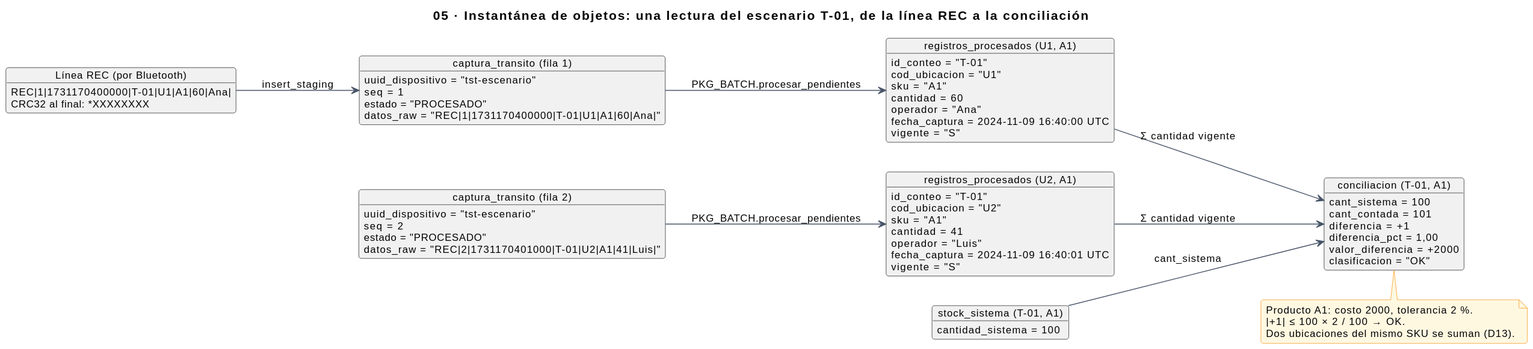
Before: docs/img/uml/05-objetos-instantanea.svg, a diagram exported from PlantUML (sebas-archive/kardex-bt). The source it was exported from:
```plantuml
@startuml
!include estilo.iuml
title 05 · Instantánea de objetos: una lectura del escenario T-01, de la línea REC a la conciliación
left to right direction

object "Línea REC (por Bluetooth)" as linea {
  REC|1|1731170400000|T-01|U1|A1|60|Ana|
  CRC32 al final: *XXXXXXXX
}
object "captura_transito (fila 1)" as t1 {
  uuid_dispositivo = "tst-escenario"
  seq = 1
  estado = "PROCESADO"
  datos_raw = "REC|1|1731170400000|T-01|U1|A1|60|Ana|"
}
object "captura_transito (fila 2)" as t2 {
  uuid_dispositivo = "tst-escenario"
  seq = 2
  estado = "PROCESADO"
  datos_raw = "REC|2|1731170401000|T-01|U2|A1|41|Luis|"
}
object "registros_procesados (U1, A1)" as r1 {
  id_conteo = "T-01"
  cod_ubicacion = "U1"
  sku = "A1"
  cantidad = 60
  operador = "Ana"
  fecha_captura = 2024-11-09 16:40:00 UTC
  vigente = "S"
}
object "registros_procesados (U2, A1)" as r2 {
  id_conteo = "T-01"
  cod_ubicacion = "U2"
  sku = "A1"
  cantidad = 41
  operador = "Luis"
  fecha_captura = 2024-11-09 16:40:01 UTC
  vigente = "S"
}
object "stock_sistema (T-01, A1)" as st {
  cantidad_sistema = 100
}
object "conciliacion (T-01, A1)" as c {
  cant_sistema = 100
  cant_contada = 101
  diferencia = +1
  diferencia_pct = 1,00
  valor_diferencia = +2000
  clasificacion = "OK"
}
note bottom of c
  Producto A1: costo 2000, tolerancia 2 %.
  |+1| ≤ 100 × 2 / 100 → OK.
  Dos ubicaciones del mismo SKU se suman (D13).
end note

linea --> t1 : insert_staging
t1 --> r1 : PKG_BATCH.procesar_pendientes
t2 --> r2 : PKG_BATCH.procesar_pendientes
r1 --> c : Σ cantidad vigente
r2 --> c : Σ cantidad vigente
st --> c : cant_sistema
@enduml
```
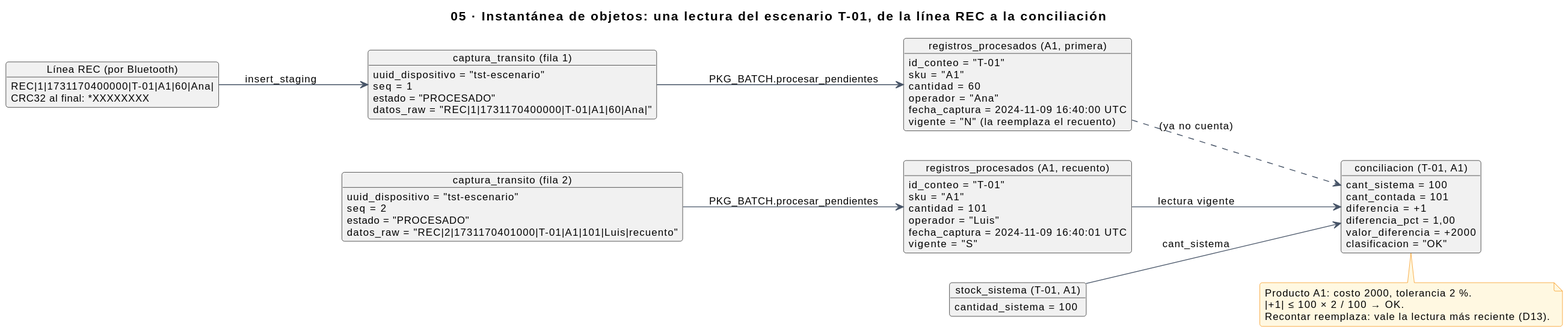
The same file after the commit.

What changed in the source:
```diff
@@ -4,35 +4,33 @@
 left to right direction
 
 object "Línea REC (por Bluetooth)" as linea {
-  REC|1|1731170400000|T-01|U1|A1|60|Ana|
+  REC|1|1731170400000|T-01|A1|60|Ana|
   CRC32 al final: *XXXXXXXX
 }
 object "captura_transito (fila 1)" as t1 {
   uuid_dispositivo = "tst-escenario"
   seq = 1
   estado = "PROCESADO"
-  datos_raw = "REC|1|1731170400000|T-01|U1|A1|60|Ana|"
+  datos_raw = "REC|1|1731170400000|T-01|A1|60|Ana|"
 }
 object "captura_transito (fila 2)" as t2 {
   uuid_dispositivo = "tst-escenario"
   seq = 2
   estado = "PROCESADO"
-  datos_raw = "REC|2|1731170401000|T-01|U2|A1|41|Luis|"
+  datos_raw = "REC|2|1731170401000|T-01|A1|101|Luis|recuento"
 }
-object "registros_procesados (U1, A1)" as r1 {
+object "registros_procesados (A1, primera)" as r1 {
   id_conteo = "T-01"
-  cod_ubicacion = "U1"
   sku = "A1"
   cantidad = 60
   operador = "Ana"
   fecha_captura = 2024-11-09 16:40:00 UTC
-  vigente = "S"
+  vigente = "N" (la reemplaza el recuento)
 }
-object "registros_procesados (U2, A1)" as r2 {
+object "registros_procesados (A1, recuento)" as r2 {
   id_conteo = "T-01"
-  cod_ubicacion = "U2"
   sku = "A1"
-  cantidad = 41
+  cantidad = 101
   operador = "Luis"
   fecha_captura = 2024-11-09 16:40:01 UTC
   vigente = "S"
@@ -51,13 +49,13 @@
 note bottom of c
   Producto A1: costo 2000, tolerancia 2 %.
   |+1| ≤ 100 × 2 / 100 → OK.
-  Dos ubicaciones del mismo SKU se suman (D13).
+  Recontar reemplaza: vale la lectura más reciente (D13).
 end note
 
 linea --> t1 : insert_staging
 t1 --> r1 : PKG_BATCH.procesar_pendientes
 t2 --> r2 : PKG_BATCH.procesar_pendientes
-r1 --> c : Σ cantidad vigente
-r2 --> c : Σ cantidad vigente
+r1 ..> c : (ya no cuenta)
+r2 --> c : lectura vigente
 st --> c : cant_sistema
 @enduml
```
